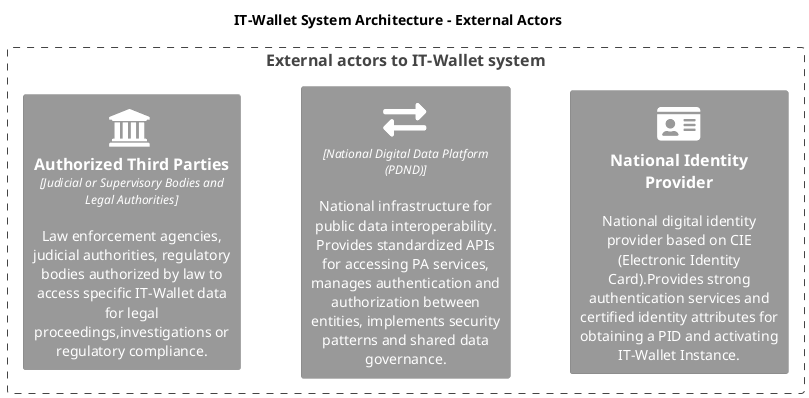
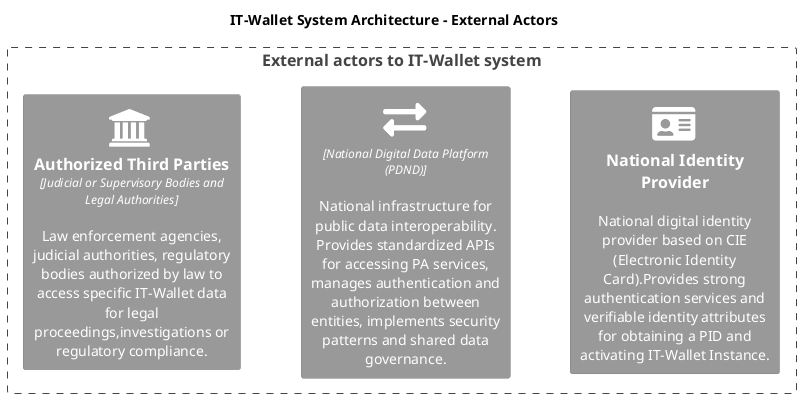
@startuml IT-Wallet_System_Architecture_Ext
!include <C4/C4_Component>
HIDE_STEREOTYPE()
' skinparam linetype ortho
LAYOUT_LEFT_RIGHT()
' LAYOUT_TOP_DOWN()
' Define SPRITES
!include <tupadr3/common>
!include <tupadr3/font-awesome-5/certificate>
!include <tupadr3/font-awesome-5/database>
!include <tupadr3/font-awesome-5/cogs>
!include <tupadr3/font-awesome-5/id_card>
!include <tupadr3/font-awesome-5/exchange_alt>
!include <tupadr3/font-awesome-5/wallet>
!include <tupadr3/font-awesome/institution>

' Custom styles
AddElementTag("external", $bgColor="#999999", $fontColor="white", $borderColor="grey")
AddElementTag("primary", $bgColor="#1168bd", $fontColor="white", $borderColor="#0b4884")
AddElementTag("tech", $bgColor="#6cb33f", $fontColor="white", $borderColor="#4a8329")
AddElementTag("governance", $bgColor="#8A398F", $fontColor="white", $borderColor="#55235A")

title IT-Wallet System Architecture - External Actors



' External Actors
Boundary(external, "External actors to IT-Wallet system", ""){
-     Person(cie,"National Identity Provider", "National digital identity provider based on CIE (Electronic Identity Card).Provides strong authentication services and certified identity attributes for obtaining a PID and activating IT-Wallet Instance." ,$tags="external", $sprite="id_card")
+     Person(cie,"National Identity Provider", "National digital identity provider based on CIE (Electronic Identity Card).Provides strong authentication services and verifiable identity attributes for obtaining a PID and activating IT-Wallet Instance." ,$tags="external", $sprite="id_card")

    Component(pdnd,"","National Digital Data Platform (PDND)","National infrastructure for public data interoperability. Provides standardized APIs for accessing PA services, manages authentication and authorization between entities, implements security patterns and shared data governance.", $tags="external",$sprite="exchange_alt")

    Component(auth_third_parties, "Authorized Third Parties", "Judicial or Supervisory Bodies and Legal Authorities", "Law enforcement agencies, judicial authorities, regulatory bodies authorized by law to access specific IT-Wallet data for legal proceedings,investigations or regulatory compliance.", $tags="external", $sprite="institution")

    Lay_U(cie,pdnd)
    Lay_U(pdnd,auth_third_parties)
}


@enduml